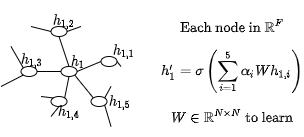
cedricmendelin/master-thesis keeps this draw.io diagram as documentation/Thesis/Figures/GAT.drawio.png. Above is the earlier version. Source tidied: cells renumbered, new cells last; positions are measured from the earlier drawing's top-left corner, leaving out a move shared by most shapes. The source it was exported from:
```xml
<mxGraphModel math="1">
  <root>
    <mxCell id="0" />
    <mxCell id="1" parent="0" />
    <mxCell id="2" style="ellipse;whiteSpace=wrap;html=1;" parent="1" vertex="1">
      <mxGeometry x="49.5" y="10" width="16" height="10" as="geometry" />
    </mxCell>
    <mxCell id="3" style="ellipse;whiteSpace=wrap;html=1;" parent="1" vertex="1">
      <mxGeometry x="59.5" y="50" width="16" height="10" as="geometry" />
    </mxCell>
    <mxCell id="4" style="ellipse;whiteSpace=wrap;html=1;" parent="1" vertex="1">
      <mxGeometry x="19.5" y="50" width="16" height="10" as="geometry" />
    </mxCell>
    <mxCell id="5" style="ellipse;whiteSpace=wrap;html=1;" parent="1" vertex="1">
      <mxGeometry x="99.5" y="40" width="16" height="10" as="geometry" />
    </mxCell>
    <mxCell id="6" style="ellipse;whiteSpace=wrap;html=1;" parent="1" vertex="1">
      <mxGeometry x="49.5" y="80" width="16" height="10" as="geometry" />
    </mxCell>
    <mxCell id="7" style="ellipse;whiteSpace=wrap;html=1;" parent="1" vertex="1">
      <mxGeometry x="89.5" y="80" width="16" height="10" as="geometry" />
    </mxCell>
    <mxCell id="8" style="endArrow=none;html=1;rounded=0;entryX=1;entryY=1;entryDx=0;entryDy=0;exitX=0;exitY=0;exitDx=0;exitDy=0;" parent="1" edge="1" source="7" target="3">
      <mxGeometry relative="1" as="geometry" />
    </mxCell>
    <mxCell id="9" style="endArrow=none;html=1;rounded=0;entryX=1;entryY=0.5;entryDx=0;entryDy=0;exitX=0;exitY=0.5;exitDx=0;exitDy=0;" parent="1" edge="1" source="5" target="3">
      <mxGeometry relative="1" as="geometry" />
    </mxCell>
    <mxCell id="10" style="endArrow=none;html=1;rounded=0;entryX=0.5;entryY=0;entryDx=0;entryDy=0;exitX=0.5;exitY=1;exitDx=0;exitDy=0;" parent="1" edge="1" source="2" target="3">
      <mxGeometry relative="1" as="geometry" />
    </mxCell>
    <mxCell id="11" style="endArrow=none;html=1;rounded=0;entryX=1;entryY=0.5;entryDx=0;entryDy=0;exitX=0;exitY=0.5;exitDx=0;exitDy=0;" parent="1" edge="1" source="3" target="4">
      <mxGeometry relative="1" as="geometry" />
    </mxCell>
    <mxCell id="12" style="endArrow=none;html=1;rounded=0;entryX=1;entryY=0;entryDx=0;entryDy=0;exitX=0.5;exitY=1;exitDx=0;exitDy=0;" parent="1" edge="1" source="3" target="6">
      <mxGeometry relative="1" as="geometry" />
    </mxCell>
    <mxCell id="13" style="endArrow=none;html=1;rounded=0;entryX=1;entryY=1;entryDx=0;entryDy=0;" parent="1" edge="1" target="7">
      <mxGeometry relative="1" as="geometry">
        <mxPoint x="109.5" y="110" as="sourcePoint" />
      </mxGeometry>
    </mxCell>
    <mxCell id="14" style="endArrow=none;html=1;rounded=0;entryX=0.5;entryY=1;entryDx=0;entryDy=0;" parent="1" edge="1" target="6">
      <mxGeometry relative="1" as="geometry">
        <mxPoint x="49.5" y="100" as="sourcePoint" />
      </mxGeometry>
    </mxCell>
    <mxCell id="15" style="endArrow=none;html=1;rounded=0;entryX=0;entryY=0;entryDx=0;entryDy=0;" parent="1" edge="1" target="6">
      <mxGeometry relative="1" as="geometry">
        <mxPoint x="39.5" y="80" as="sourcePoint" />
      </mxGeometry>
    </mxCell>
    <mxCell id="16" style="endArrow=none;html=1;rounded=0;entryX=0;entryY=0;entryDx=0;entryDy=0;" parent="1" edge="1" target="4">
      <mxGeometry relative="1" as="geometry">
        <mxPoint x="9.5" y="30" as="sourcePoint" />
      </mxGeometry>
    </mxCell>
    <mxCell id="17" style="endArrow=none;html=1;rounded=0;entryX=0;entryY=1;entryDx=0;entryDy=0;" parent="1" edge="1" target="4">
      <mxGeometry relative="1" as="geometry">
        <mxPoint x="-0.5" y="70" as="sourcePoint" />
      </mxGeometry>
    </mxCell>
    <mxCell id="18" style="endArrow=none;html=1;rounded=0;entryX=1;entryY=0.5;entryDx=0;entryDy=0;" parent="1" edge="1" target="5">
      <mxGeometry relative="1" as="geometry">
        <mxPoint x="119.5" y="50" as="sourcePoint" />
      </mxGeometry>
    </mxCell>
    <mxCell id="19" style="endArrow=none;html=1;rounded=0;entryX=1;entryY=0.5;entryDx=0;entryDy=0;" parent="1" edge="1" target="2">
      <mxGeometry relative="1" as="geometry">
        <mxPoint x="79.5" y="10" as="sourcePoint" />
      </mxGeometry>
    </mxCell>
    <mxCell id="20" style="endArrow=none;html=1;rounded=0;entryX=0;entryY=0.5;entryDx=0;entryDy=0;" parent="1" edge="1" target="2">
      <mxGeometry relative="1" as="geometry">
        <mxPoint x="29.5" y="10" as="sourcePoint" />
      </mxGeometry>
    </mxCell>
    <mxCell id="21" style="endArrow=none;html=1;rounded=0;entryX=1;entryY=0;entryDx=0;entryDy=0;" parent="1" edge="1" target="7">
      <mxGeometry relative="1" as="geometry">
        <mxPoint x="109.5" y="70" as="sourcePoint" />
      </mxGeometry>
    </mxCell>
    <mxCell id="22" value="&lt;div&gt;&lt;font style=&quot;font-size: 12px&quot;&gt;$$\text{Each node in } \mathbb{R}^F$$&lt;/font&gt;&lt;/div&gt;" style="rounded=0;whiteSpace=wrap;html=1;strokeColor=none;" parent="1" vertex="1">
      <mxGeometry x="172" width="118" height="20" as="geometry" />
    </mxCell>
    <mxCell id="23" value="&lt;div&gt;$$h_1$$&lt;/div&gt;" style="rounded=0;whiteSpace=wrap;html=1;strokeColor=none;fillColor=none;" parent="1" vertex="1">
      <mxGeometry x="69.5" y="40" width="13.5" height="10" as="geometry" />
    </mxCell>
    <mxCell id="24" value="&lt;div&gt;$$h_{1,1}$$&lt;/div&gt;" style="rounded=0;whiteSpace=wrap;html=1;strokeColor=none;fillColor=none;" parent="1" vertex="1">
      <mxGeometry x="115.5" y="30" width="13.5" height="10" as="geometry" />
    </mxCell>
    <mxCell id="25" value="&lt;div&gt;$$h_{1,2}$$&lt;/div&gt;" style="rounded=0;whiteSpace=wrap;html=1;strokeColor=none;fillColor=none;" parent="1" vertex="1">
      <mxGeometry x="56" width="13.5" height="10" as="geometry" />
    </mxCell>
    <mxCell id="26" value="&lt;div&gt;$$h_{1,3}$$&lt;/div&gt;" style="rounded=0;whiteSpace=wrap;html=1;strokeColor=none;fillColor=none;" parent="1" vertex="1">
      <mxGeometry x="24" y="39" width="13.5" height="10" as="geometry" />
    </mxCell>
    <mxCell id="27" value="&lt;div&gt;$$h_{1,4}$$&lt;/div&gt;" style="rounded=0;whiteSpace=wrap;html=1;strokeColor=none;fillColor=none;" parent="1" vertex="1">
      <mxGeometry x="60.5" y="91" width="13.5" height="10" as="geometry" />
    </mxCell>
    <mxCell id="28" value="&lt;div&gt;$$h_{1,5}$$&lt;/div&gt;" style="rounded=0;whiteSpace=wrap;html=1;strokeColor=none;fillColor=none;" parent="1" vertex="1">
      <mxGeometry x="112" y="81" width="13.5" height="10" as="geometry" />
    </mxCell>
    <mxCell id="29" value="&lt;div&gt;$$h_{1}^{\prime} = \sigma \left( \sum_{i=1}^5\alpha_iWh_{1,i} \right)$$&lt;/div&gt;" style="rounded=0;whiteSpace=wrap;html=1;strokeColor=none;" parent="1" vertex="1">
      <mxGeometry x="172" y="45" width="118" height="20" as="geometry" />
    </mxCell>
    <mxCell id="30" value="$$W \in \mathbb{R}^{N\times N} \text{ to learn}$$" style="rounded=0;whiteSpace=wrap;html=1;strokeColor=none;" parent="1" vertex="1">
      <mxGeometry x="172" y="90" width="118" height="20" as="geometry" />
    </mxCell>
  </root>
</mxGraphModel>
```
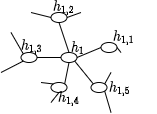
The same file after the commit.

Change to the diagram source:
```diff
@@ -80,9 +80,6 @@
         <mxPoint x="109.5" y="70" as="sourcePoint" />
       </mxGeometry>
     </mxCell>
-    <mxCell id="22" value="&lt;div&gt;&lt;font style=&quot;font-size: 12px&quot;&gt;$$\text{Each node in } \mathbb{R}^F$$&lt;/font&gt;&lt;/div&gt;" style="rounded=0;whiteSpace=wrap;html=1;strokeColor=none;" parent="1" vertex="1">
-      <mxGeometry x="172" width="118" height="20" as="geometry" />
-    </mxCell>
     <mxCell id="23" value="&lt;div&gt;$$h_1$$&lt;/div&gt;" style="rounded=0;whiteSpace=wrap;html=1;strokeColor=none;fillColor=none;" parent="1" vertex="1">
       <mxGeometry x="69.5" y="40" width="13.5" height="10" as="geometry" />
     </mxCell>
@@ -101,11 +98,5 @@
     <mxCell id="28" value="&lt;div&gt;$$h_{1,5}$$&lt;/div&gt;" style="rounded=0;whiteSpace=wrap;html=1;strokeColor=none;fillColor=none;" parent="1" vertex="1">
       <mxGeometry x="112" y="81" width="13.5" height="10" as="geometry" />
     </mxCell>
-    <mxCell id="29" value="&lt;div&gt;$$h_{1}^{\prime} = \sigma \left( \sum_{i=1}^5\alpha_iWh_{1,i} \right)$$&lt;/div&gt;" style="rounded=0;whiteSpace=wrap;html=1;strokeColor=none;" parent="1" vertex="1">
-      <mxGeometry x="172" y="45" width="118" height="20" as="geometry" />
-    </mxCell>
-    <mxCell id="30" value="$$W \in \mathbb{R}^{N\times N} \text{ to learn}$$" style="rounded=0;whiteSpace=wrap;html=1;strokeColor=none;" parent="1" vertex="1">
-      <mxGeometry x="172" y="90" width="118" height="20" as="geometry" />
-    </mxCell>
   </root>
 </mxGraphModel>
```
